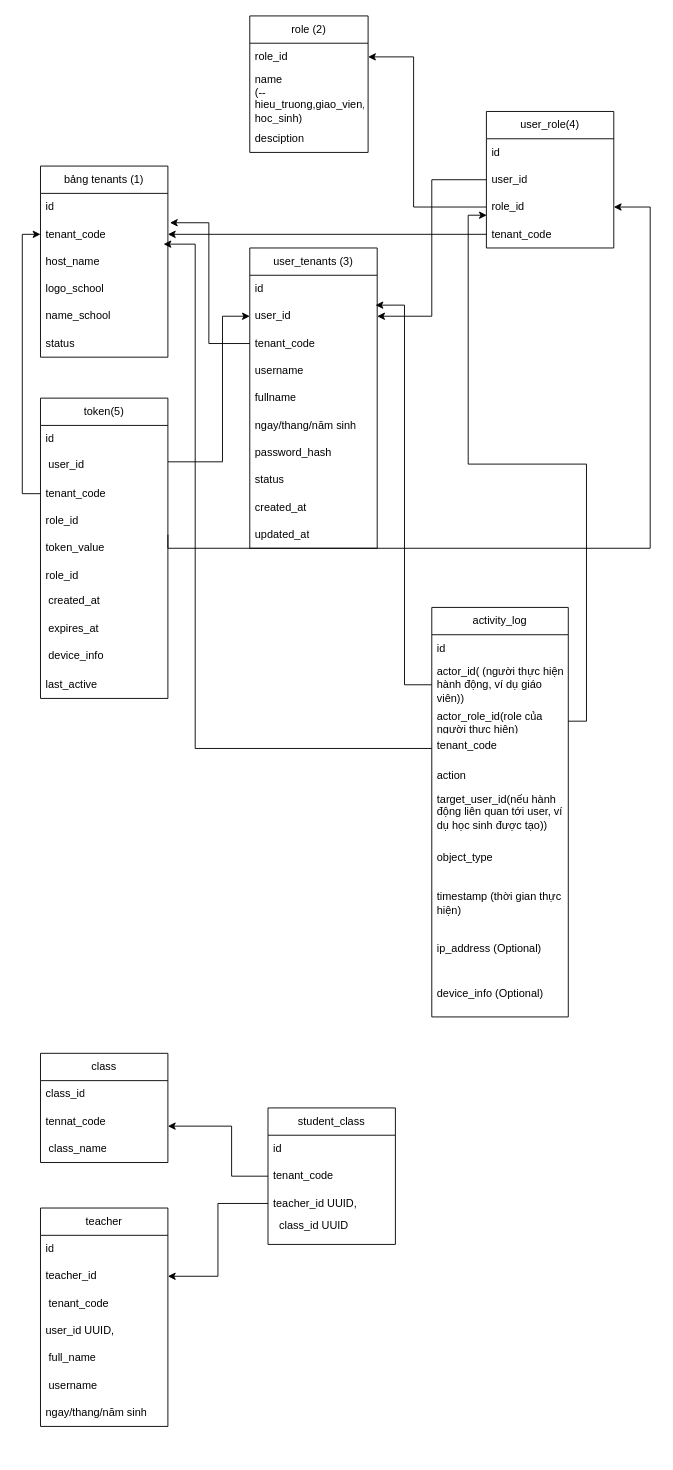
vuongnd03/black-had keeps this draw.io diagram as csdlstudy.drawio. Above is the earlier version. Source tidied: cells renumbered, new cells numbered last; positions are measured from the earlier drawing's top-left corner, leaving out a move shared by most shapes. Both pictures are drawn from the tidied source at 91%, with x=0, y=0 at pixel (40, 15).
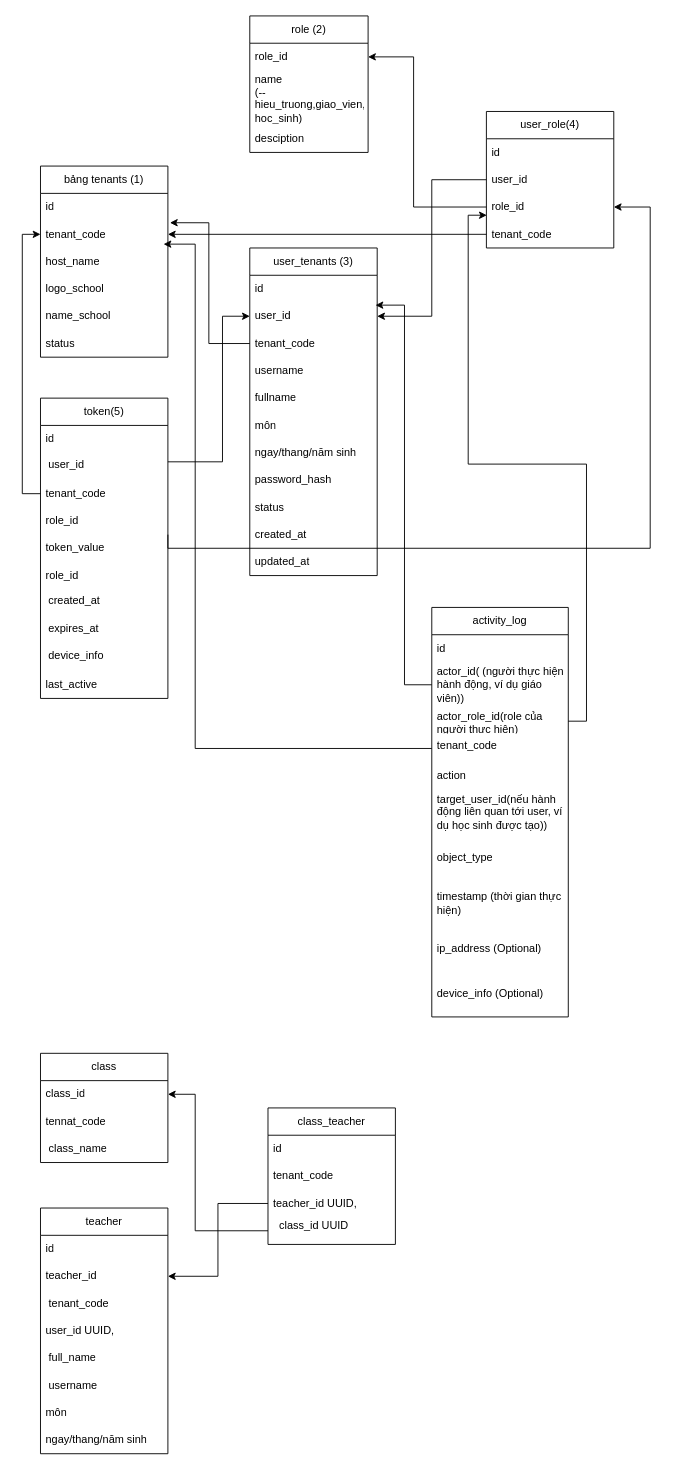
The same page after the edit.

The change refers to these unchanged cells:
```xml
<mxCell id="61" value="class" style="swimlane;fontStyle=0;horizontal=1;startSize=30;whiteSpace=wrap;html=1;" parent="1" vertex="1">
  <mxGeometry y="1140" width="140" height="120" as="geometry" />
</mxCell>
<mxCell id="62" value="class_id" style="text;strokeColor=none;fillColor=none;align=left;verticalAlign=middle;spacingLeft=4;spacingRight=4;overflow=hidden;points=[[0,0.5],[1,0.5]];portConstraint=eastwest;whiteSpace=wrap;html=1;" parent="61" vertex="1">
  <mxGeometry y="30" width="140" height="30" as="geometry" />
</mxCell>
<mxCell id="76" value="tenant_code" style="text;strokeColor=none;fillColor=none;align=left;verticalAlign=middle;spacingLeft=4;spacingRight=4;overflow=hidden;points=[[0,0.5],[1,0.5]];portConstraint=eastwest;whiteSpace=wrap;html=1;" parent="74" vertex="1">
  <mxGeometry y="60" width="140" height="30" as="geometry" />
</mxCell>
<mxCell id="78" value="&lt;div&gt;&amp;nbsp; class_id UUID&lt;/div&gt;&lt;div&gt;&lt;br&gt;&lt;/div&gt;" style="text;strokeColor=none;fillColor=none;align=left;verticalAlign=middle;spacingLeft=4;spacingRight=4;overflow=hidden;points=[[0,0.5],[1,0.5]];portConstraint=eastwest;whiteSpace=wrap;html=1;" parent="74" vertex="1">
  <mxGeometry y="120" width="140" height="30" as="geometry" />
</mxCell>
```

Change to the diagram source:
```diff
@@
     <mxCell id="13" value="user_tenants (3)" style="swimlane;fontStyle=0;horizontal=1;startSize=30;whiteSpace=wrap;html=1;" parent="1" vertex="1">
-      <mxGeometry x="230" y="255" width="140" height="330" as="geometry" />
+      <mxGeometry x="230" y="255" width="140" height="360" as="geometry" />
     </mxCell>
@@
+    <mxCell id="80" value="fullname" style="text;strokeColor=none;fillColor=none;align=left;verticalAlign=middle;spacingLeft=4;spacingRight=4;overflow=hidden;whiteSpace=wrap;html=1;" parent="13" vertex="1">
+      <mxGeometry y="150" width="140" height="30" as="geometry" />
+    </mxCell>
-    <mxCell id="18" value="fullname" style="text;strokeColor=none;fillColor=none;align=left;verticalAlign=middle;spacingLeft=4;spacingRight=4;overflow=hidden;whiteSpace=wrap;html=1;" parent="13" vertex="1">
-      <mxGeometry y="150" width="140" height="30" as="geometry" />
+    <mxCell id="18" value="môn" style="text;strokeColor=none;fillColor=none;align=left;verticalAlign=middle;spacingLeft=4;spacingRight=4;overflow=hidden;whiteSpace=wrap;html=1;" parent="13" vertex="1">
+      <mxGeometry y="180" width="140" height="30" as="geometry" />
     </mxCell>
     <mxCell id="19" value="ngay/thang/năm sinh" style="text;strokeColor=none;fillColor=none;align=left;verticalAlign=middle;spacingLeft=4;spacingRight=4;overflow=hidden;whiteSpace=wrap;html=1;" parent="13" vertex="1">
-      <mxGeometry y="180" width="140" height="30" as="geometry" />
+      <mxGeometry y="210" width="140" height="30" as="geometry" />
     </mxCell>
     <mxCell id="20" value="password_hash" style="text;strokeColor=none;fillColor=none;align=left;verticalAlign=middle;spacingLeft=4;spacingRight=4;overflow=hidden;whiteSpace=wrap;html=1;" parent="13" vertex="1">
-      <mxGeometry y="210" width="140" height="30" as="geometry" />
+      <mxGeometry y="240" width="140" height="30" as="geometry" />
     </mxCell>
     <mxCell id="21" value="status" style="text;strokeColor=none;fillColor=none;align=left;verticalAlign=middle;spacingLeft=4;spacingRight=4;overflow=hidden;whiteSpace=wrap;html=1;" parent="13" vertex="1">
-      <mxGeometry y="240" width="140" height="30" as="geometry" />
+      <mxGeometry y="270" width="140" height="30" as="geometry" />
     </mxCell>
     <mxCell id="22" value="created_at" style="text;strokeColor=none;fillColor=none;align=left;verticalAlign=middle;spacingLeft=4;spacingRight=4;overflow=hidden;whiteSpace=wrap;html=1;" parent="13" vertex="1">
-      <mxGeometry y="270" width="140" height="30" as="geometry" />
+      <mxGeometry y="300" width="140" height="30" as="geometry" />
     </mxCell>
     <mxCell id="23" value="updated_at" style="text;strokeColor=none;fillColor=none;align=left;verticalAlign=middle;spacingLeft=4;spacingRight=4;overflow=hidden;whiteSpace=wrap;html=1;" parent="13" vertex="1">
-      <mxGeometry y="300" width="140" height="30" as="geometry" />
+      <mxGeometry y="330" width="140" height="30" as="geometry" />
     </mxCell>
@@
-    <mxCell id="64" style="endArrow=classic;html=1;rounded=0;exitX=0;exitY=0.5;exitDx=0;exitDy=0;" parent="61" edge="1" source="76">
-      <mxGeometry relative="1" as="geometry">
-        <mxPoint x="140" y="80" as="targetPoint" />
-        <Array as="points">
-          <mxPoint x="210" y="135" />
-          <mxPoint x="210" y="80" />
-        </Array>
-      </mxGeometry>
-    </mxCell>
@@
     <mxCell id="66" value="teacher" style="swimlane;fontStyle=0;horizontal=1;startSize=30;whiteSpace=wrap;html=1;" parent="1" vertex="1">
-      <mxGeometry y="1310" width="140" height="240" as="geometry" />
+      <mxGeometry y="1310" width="140" height="270" as="geometry" />
     </mxCell>
@@
-    <mxCell id="73" value="ngay/thang/năm sinh" style="text;strokeColor=none;fillColor=none;align=left;verticalAlign=middle;spacingLeft=4;spacingRight=4;overflow=hidden;whiteSpace=wrap;html=1;" parent="66" vertex="1">
+    <mxCell id="73" value="môn" style="text;strokeColor=none;fillColor=none;align=left;verticalAlign=middle;spacingLeft=4;spacingRight=4;overflow=hidden;whiteSpace=wrap;html=1;" parent="66" vertex="1">
       <mxGeometry y="210" width="140" height="30" as="geometry" />
     </mxCell>
+    <mxCell id="81" value="ngay/thang/năm sinh" style="text;strokeColor=none;fillColor=none;align=left;verticalAlign=middle;spacingLeft=4;spacingRight=4;overflow=hidden;whiteSpace=wrap;html=1;" parent="66" vertex="1">
+      <mxGeometry y="240" width="140" height="30" as="geometry" />
+    </mxCell>
-    <mxCell id="74" value="student_class" style="swimlane;fontStyle=0;horizontal=1;startSize=30;whiteSpace=wrap;html=1;" parent="1" vertex="1">
+    <mxCell id="74" value="class_teacher" style="swimlane;fontStyle=0;horizontal=1;startSize=30;whiteSpace=wrap;html=1;" parent="1" vertex="1">
       <mxGeometry x="250" y="1200" width="140" height="150" as="geometry" />
     </mxCell>
@@
+    <mxCell id="82" style="edgeStyle=orthogonalEdgeStyle;rounded=0;jettySize=auto;html=1;entryX=1;entryY=0.5;entryDx=0;entryDy=0;" parent="1" edge="1" source="78" target="62">
+      <mxGeometry relative="1" as="geometry">
+        <Array as="points">
+          <mxPoint x="170" y="1335" />
+          <mxPoint x="170" y="1185" />
+        </Array>
+      </mxGeometry>
+    </mxCell>
```
